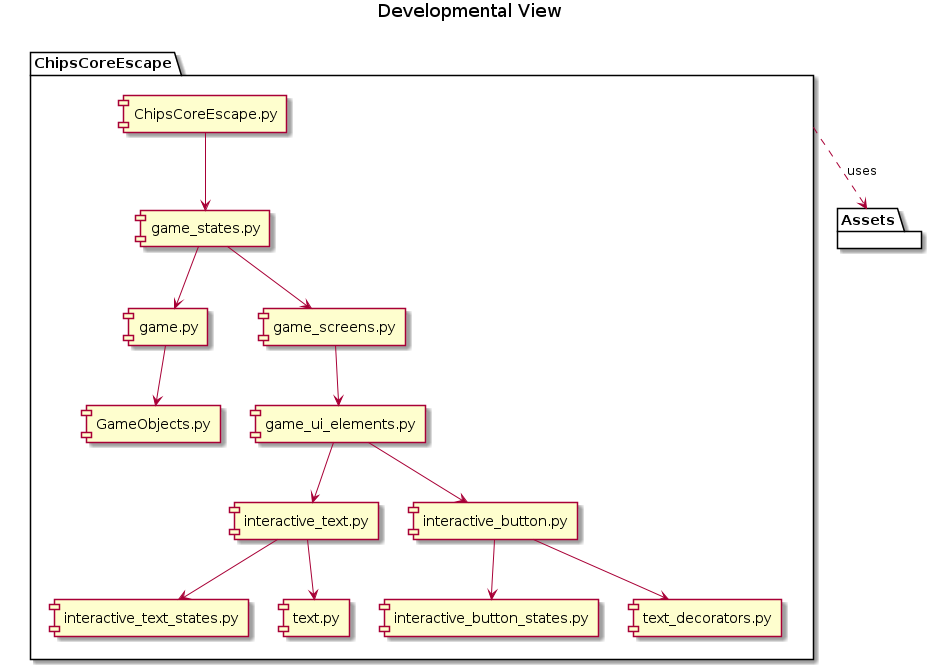
kmerickson/OOP-PuzzleMaze keeps this PlantUML diagram as Puzzle_Maze/diagrams/4+1/Developmental View.png. Above is the earlier version.
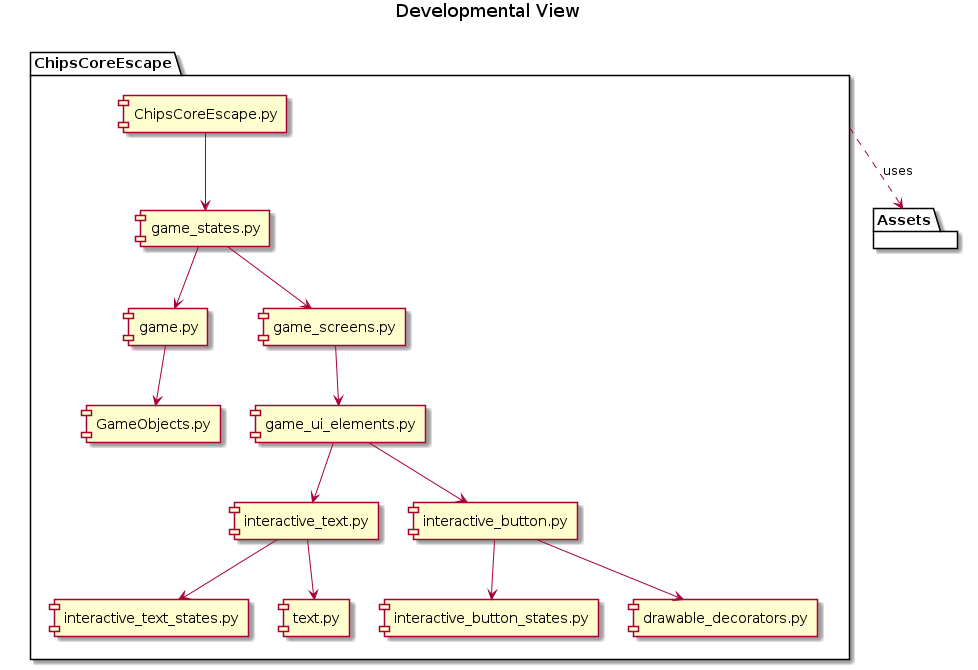
The same file after the commit.

Diff of the diagram source:
```diff
@@ -10,7 +10,7 @@
     [interactive_button.py] --> [interactive_button_states.py]
     [interactive_text.py] --> [interactive_text_states.py]
     [interactive_text.py] --> [text.py]
-    [interactive_button.py] --> [text_decorators.py]
+    [interactive_button.py] --> [drawable_decorators.py]
     [game.py] --> [GameObjects.py]
 }
 
```
